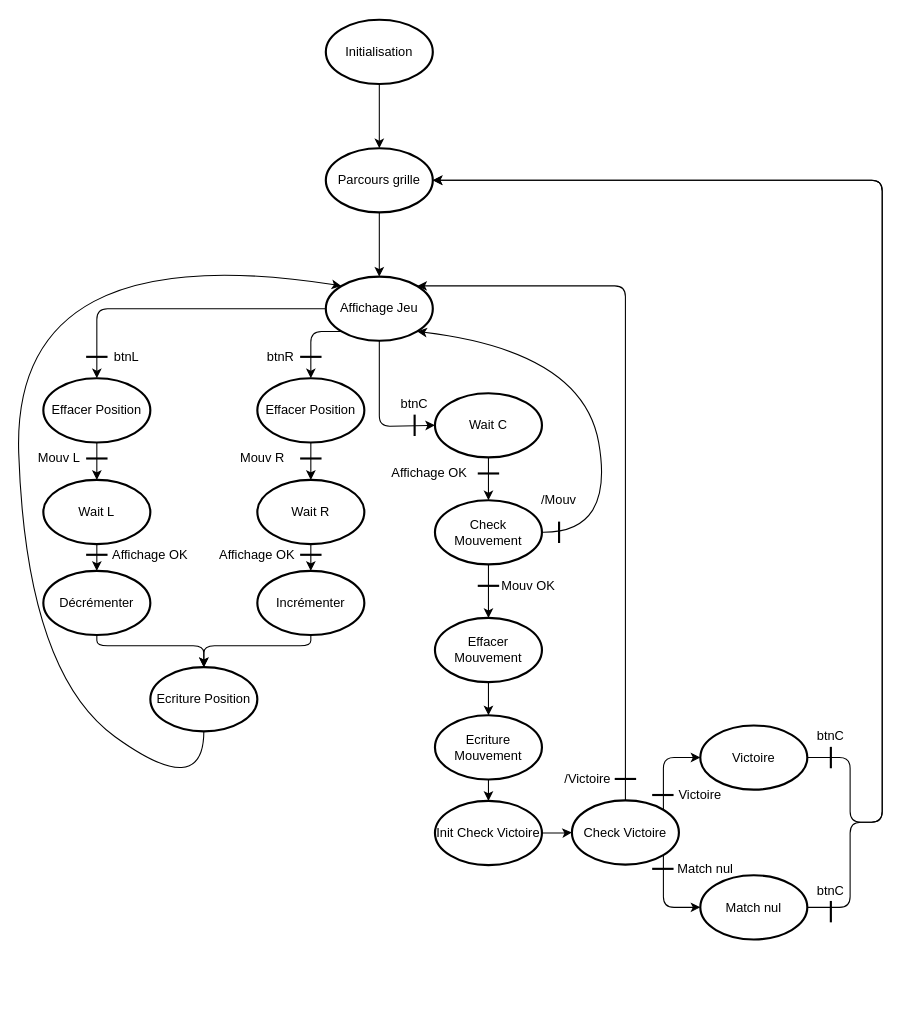
Before: Sources/FSM/FSM.drawio in Starmaxou/Puissance4_VHDL, a draw.io diagram. Source tidied: cells renumbered, new cells numbered last; positions are measured from the earlier drawing's top-left corner, leaving out a move shared by most shapes. Both pictures are drawn from the tidied source at 107%, with x=0, y=0 at pixel (11, 19).
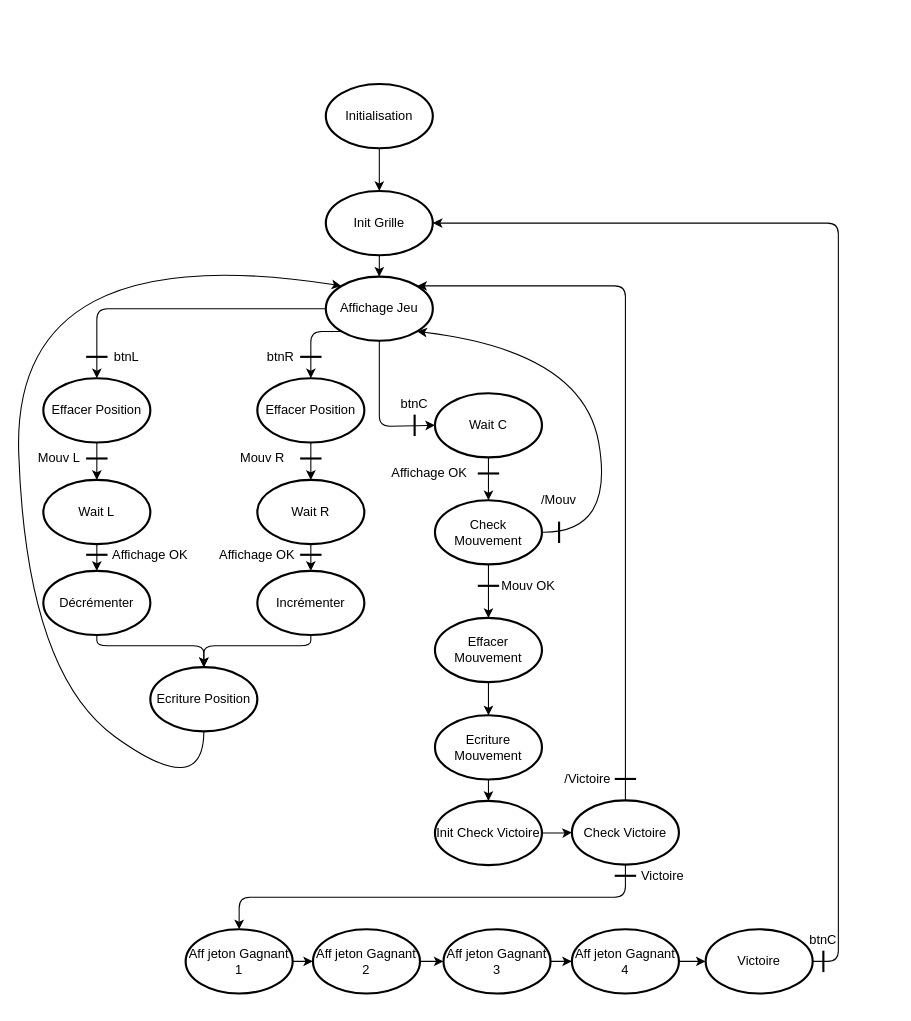
After the change.

Unchanged cells that the change refers to:
```xml
<mxCell id="14" value="Check Victoire" style="strokeWidth=2;html=1;shape=mxgraph.flowchart.start_2;whiteSpace=wrap;" parent="1" vertex="1">
  <mxGeometry x="524" y="729.5" width="100" height="60" as="geometry" />
</mxCell>
```

Diff of the diagram source:
```diff
@@
     <mxCell id="3" value="Initialisation" style="strokeWidth=2;html=1;shape=mxgraph.flowchart.start_2;whiteSpace=wrap;" parent="1" vertex="1">
-      <mxGeometry x="294" width="100" height="60" as="geometry" />
+      <mxGeometry x="294" y="60" width="100" height="60" as="geometry" />
     </mxCell>
@@
-    <mxCell id="5" value="Parcours grille" style="strokeWidth=2;html=1;shape=mxgraph.flowchart.start_2;whiteSpace=wrap;" parent="1" vertex="1">
-      <mxGeometry x="294" y="120" width="100" height="60" as="geometry" />
+    <mxCell id="5" value="Init Grille" style="strokeWidth=2;html=1;shape=mxgraph.flowchart.start_2;whiteSpace=wrap;" parent="1" vertex="1">
+      <mxGeometry x="294" y="160" width="100" height="60" as="geometry" />
     </mxCell>
@@
-    <mxCell id="15" value="Victoire" style="strokeWidth=2;html=1;shape=mxgraph.flowchart.start_2;whiteSpace=wrap;" parent="1" vertex="1">
-      <mxGeometry x="644" y="659.5" width="100" height="60" as="geometry" />
-    </mxCell>
@@
     <mxCell id="33" value="Victoire" style="text;html=1;strokeColor=none;fillColor=none;align=center;verticalAlign=middle;whiteSpace=wrap;rounded=0;" parent="1" vertex="1">
-      <mxGeometry x="619" y="714.5" width="50" height="20" as="geometry" />
+      <mxGeometry x="584" y="790" width="50" height="20" as="geometry" />
     </mxCell>
-    <mxCell id="34" style="line;strokeWidth=2;html=1;rotation=0;" parent="1" vertex="1">
-      <mxGeometry x="599" y="719.5" width="20" height="10" as="geometry" />
-    </mxCell>
+    <mxCell id="74" style="edgeStyle=orthogonalEdgeStyle;rounded=0;jettySize=auto;html=1;" parent="1" edge="1" source="35" target="76">
+      <mxGeometry relative="1" as="geometry" />
+    </mxCell>
-    <mxCell id="35" value="Match nul" style="strokeWidth=2;html=1;shape=mxgraph.flowchart.start_2;whiteSpace=wrap;" parent="1" vertex="1">
-      <mxGeometry x="644" y="799.5" width="100" height="60" as="geometry" />
+    <mxCell id="35" value="Aff jeton Gagnant 1" style="strokeWidth=2;html=1;shape=mxgraph.flowchart.start_2;whiteSpace=wrap;" parent="1" vertex="1">
+      <mxGeometry x="163" y="850" width="100" height="60" as="geometry" />
     </mxCell>
-    <mxCell id="36" value="Match nul" style="text;html=1;strokeColor=none;fillColor=none;align=center;verticalAlign=middle;whiteSpace=wrap;rounded=0;" parent="1" vertex="1">
-      <mxGeometry x="619" y="783.5" width="60" height="20" as="geometry" />
-    </mxCell>
     <mxCell id="37" style="line;strokeWidth=2;html=1;rotation=0;" parent="1" vertex="1">
-      <mxGeometry x="599" y="788.5" width="20" height="10" as="geometry" />
+      <mxGeometry x="564" y="795" width="20" height="10" as="geometry" />
     </mxCell>
@@
-    <mxCell id="57" style="edgeStyle=segmentEdgeStyle;endArrow=classic;html=1;exitX=0.855;exitY=0.145;exitDx=0;exitDy=0;exitPerimeter=0;" parent="1" edge="1" source="14" target="15">
-      <mxGeometry relative="1" as="geometry">
-        <Array as="points">
-          <mxPoint x="610" y="689.5" />
-        </Array>
-      </mxGeometry>
-    </mxCell>
-    <mxCell id="58" style="edgeStyle=segmentEdgeStyle;endArrow=classic;html=1;exitX=0.855;exitY=0.855;exitDx=0;exitDy=0;exitPerimeter=0;entryX=0;entryY=0.5;entryDx=0;entryDy=0;entryPerimeter=0;" parent="1" edge="1" source="14" target="35">
-      <mxGeometry relative="1" as="geometry">
-        <Array as="points">
-          <mxPoint x="609" y="829.5" />
-        </Array>
-      </mxGeometry>
-    </mxCell>
@@
-    <mxCell id="60" style="edgeStyle=segmentEdgeStyle;endArrow=classic;html=1;exitX=1;exitY=0.5;exitDx=0;exitDy=0;exitPerimeter=0;entryX=1;entryY=0.5;entryDx=0;entryDy=0;entryPerimeter=0;" parent="1" edge="1" source="15" target="5">
-      <mxGeometry relative="1" as="geometry">
-        <Array as="points">
-          <mxPoint x="784" y="690" />
-          <mxPoint x="784" y="750" />
-          <mxPoint x="814" y="750" />
-          <mxPoint x="814" y="150" />
-        </Array>
-      </mxGeometry>
-    </mxCell>
-    <mxCell id="61" style="edgeStyle=segmentEdgeStyle;endArrow=classic;html=1;exitX=1;exitY=0.5;exitDx=0;exitDy=0;exitPerimeter=0;entryX=1;entryY=0.5;entryDx=0;entryDy=0;entryPerimeter=0;" parent="1" edge="1" source="35" target="5">
+    <mxCell id="61" style="edgeStyle=segmentEdgeStyle;endArrow=classic;html=1;entryX=1;entryY=0.5;entryDx=0;entryDy=0;entryPerimeter=0;exitX=1;exitY=0.5;exitDx=0;exitDy=0;exitPerimeter=0;" parent="1" edge="1" source="15" target="5">
       <mxGeometry relative="1" as="geometry">
         <Array as="points">
-          <mxPoint x="784" y="830" />
-          <mxPoint x="784" y="750" />
-          <mxPoint x="814" y="750" />
-          <mxPoint x="814" y="150" />
+          <mxPoint x="773" y="880" />
+          <mxPoint x="773" y="190" />
         </Array>
       </mxGeometry>
     </mxCell>
-    <mxCell id="62" value="btnC" style="text;html=1;strokeColor=none;fillColor=none;align=center;verticalAlign=middle;whiteSpace=wrap;rounded=0;" parent="1" vertex="1">
-      <mxGeometry x="751" y="659.5" width="30" height="20" as="geometry" />
-    </mxCell>
-    <mxCell id="63" style="line;strokeWidth=2;html=1;rotation=-90;" parent="1" vertex="1">
-      <mxGeometry x="756" y="684.5" width="20" height="10" as="geometry" />
-    </mxCell>
     <mxCell id="64" value="btnC" style="text;html=1;strokeColor=none;fillColor=none;align=center;verticalAlign=middle;whiteSpace=wrap;rounded=0;" parent="1" vertex="1">
-      <mxGeometry x="751" y="803.5" width="30" height="20" as="geometry" />
+      <mxGeometry x="744" y="850" width="30" height="20" as="geometry" />
     </mxCell>
     <mxCell id="65" style="line;strokeWidth=2;html=1;rotation=-90;" parent="1" vertex="1">
-      <mxGeometry x="756" y="828.5" width="20" height="10" as="geometry" />
+      <mxGeometry x="749" y="875" width="20" height="10" as="geometry" />
     </mxCell>
@@
+    <mxCell id="15" value="Victoire" style="strokeWidth=2;html=1;shape=mxgraph.flowchart.start_2;whiteSpace=wrap;" parent="1" vertex="1">
+      <mxGeometry x="649" y="850" width="100" height="60" as="geometry" />
+    </mxCell>
+    <mxCell id="75" style="edgeStyle=orthogonalEdgeStyle;rounded=0;jettySize=auto;html=1;" parent="1" edge="1" source="76" target="78">
+      <mxGeometry relative="1" as="geometry" />
+    </mxCell>
+    <mxCell id="76" value="Aff jeton Gagnant 2" style="strokeWidth=2;html=1;shape=mxgraph.flowchart.start_2;whiteSpace=wrap;" parent="1" vertex="1">
+      <mxGeometry x="282" y="850" width="100" height="60" as="geometry" />
+    </mxCell>
+    <mxCell id="77" style="edgeStyle=orthogonalEdgeStyle;rounded=0;jettySize=auto;html=1;" parent="1" edge="1" source="78" target="80">
+      <mxGeometry relative="1" as="geometry" />
+    </mxCell>
+    <mxCell id="78" value="Aff jeton Gagnant 3" style="strokeWidth=2;html=1;shape=mxgraph.flowchart.start_2;whiteSpace=wrap;" parent="1" vertex="1">
+      <mxGeometry x="404" y="850" width="100" height="60" as="geometry" />
+    </mxCell>
+    <mxCell id="79" style="edgeStyle=orthogonalEdgeStyle;rounded=0;jettySize=auto;html=1;entryX=0;entryY=0.5;entryDx=0;entryDy=0;entryPerimeter=0;" parent="1" edge="1" source="80" target="15">
+      <mxGeometry relative="1" as="geometry" />
+    </mxCell>
+    <mxCell id="80" value="Aff jeton Gagnant 4" style="strokeWidth=2;html=1;shape=mxgraph.flowchart.start_2;whiteSpace=wrap;" parent="1" vertex="1">
+      <mxGeometry x="524" y="850" width="100" height="60" as="geometry" />
+    </mxCell>
+    <mxCell id="58" style="edgeStyle=segmentEdgeStyle;endArrow=classic;html=1;exitX=0.5;exitY=1;exitDx=0;exitDy=0;exitPerimeter=0;entryX=0.5;entryY=0;entryDx=0;entryDy=0;entryPerimeter=0;" parent="1" edge="1" source="14" target="35">
+      <mxGeometry relative="1" as="geometry">
+        <Array as="points">
+          <mxPoint x="574" y="820" />
+          <mxPoint x="213" y="820" />
+        </Array>
+      </mxGeometry>
+    </mxCell>
```
